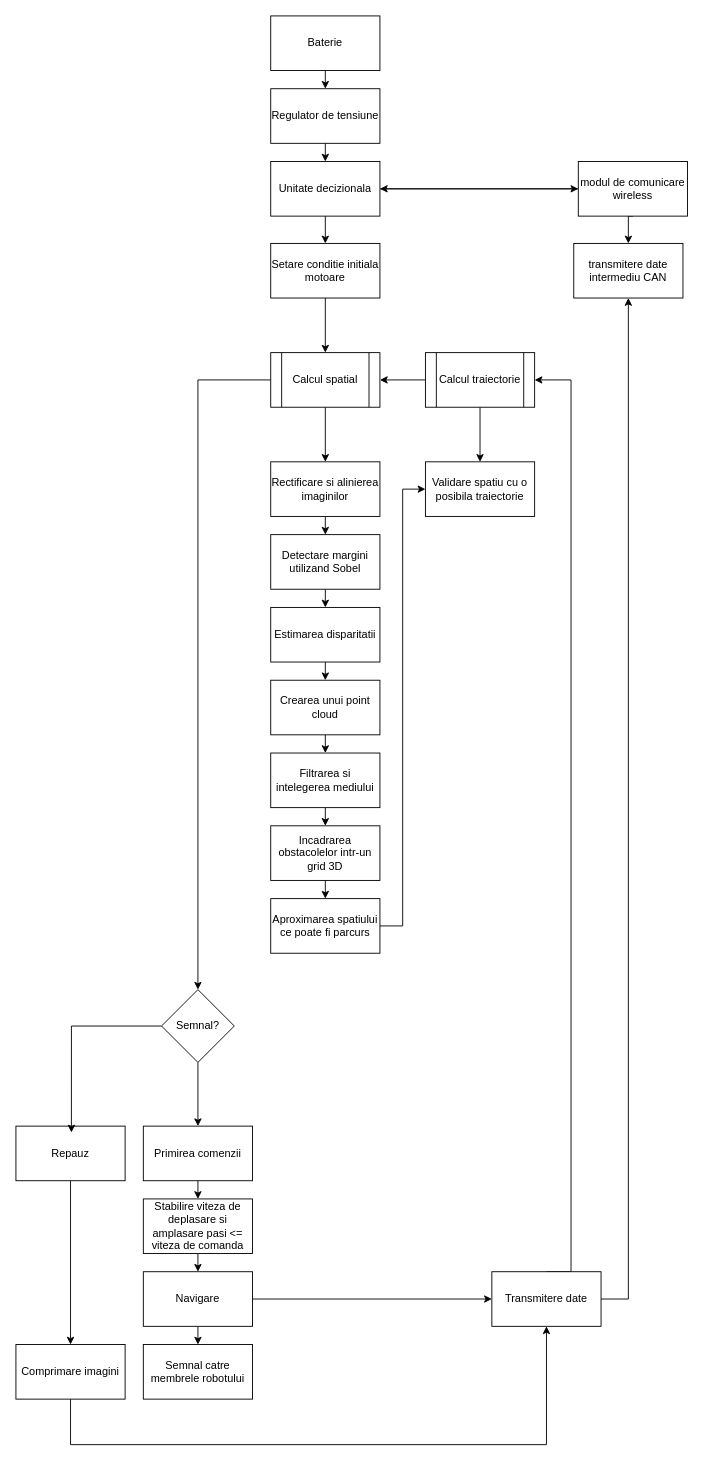
The draw.io diagram schema-concept.drawio in PumpKPie/quadruped-development, before the edit. Source tidied: cells renumbered, new cells numbered last; positions are measured from the earlier drawing's top-left corner, leaving out a move shared by most shapes. Both pictures are drawn from the tidied source at 91%, with x=0, y=0 at pixel (15, 15).
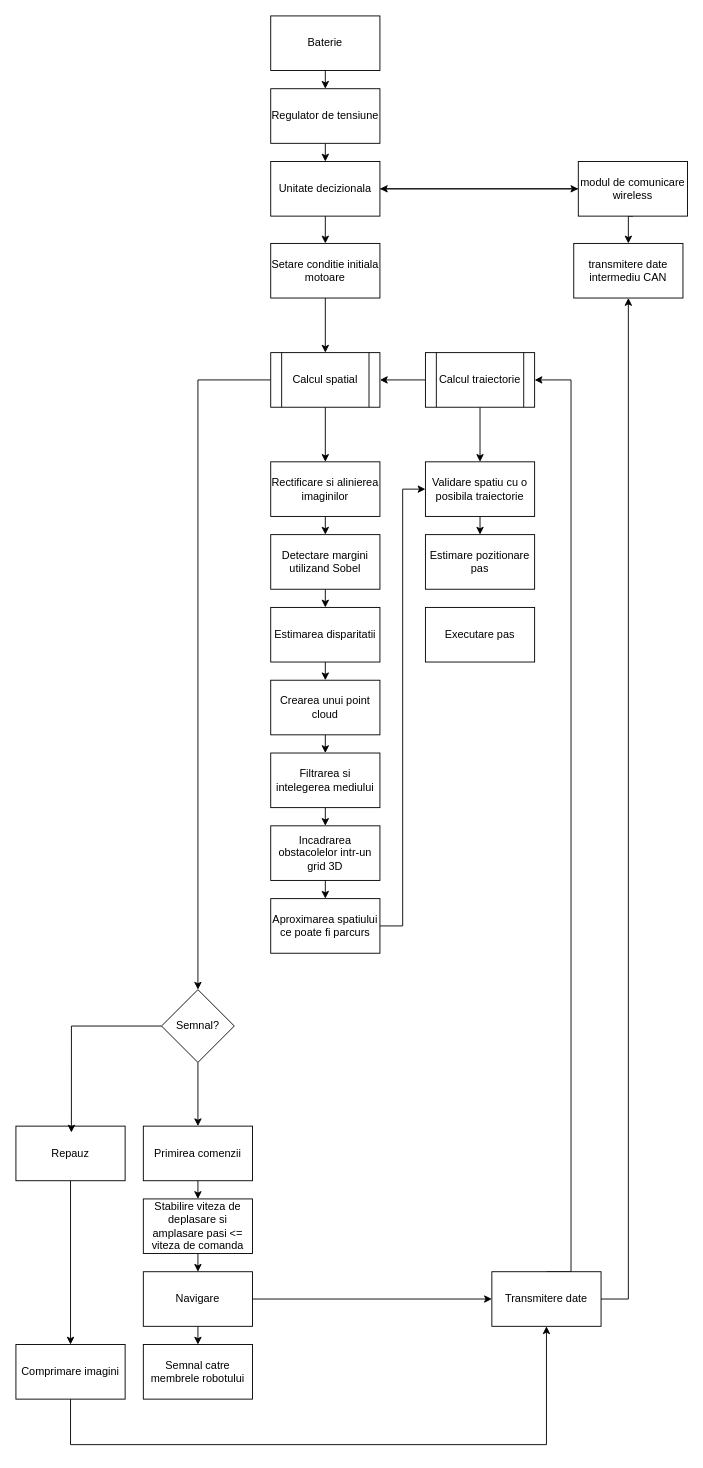
After the change.

The change refers to these unchanged cells:
```xml
<mxCell id="53" value="Validare spatiu cu o posibila traiectorie" style="rounded=0;whiteSpace=wrap;html=1;" parent="1" vertex="1">
  <mxGeometry x="450" y="490" width="120" height="60" as="geometry" />
</mxCell>
```

Diff of the diagram source:
```diff
@@
+    <mxCell id="54" style="edgeStyle=orthogonalEdgeStyle;rounded=0;jettySize=auto;html=1;exitX=0.5;exitY=1;exitDx=0;exitDy=0;entryX=0.5;entryY=0;entryDx=0;entryDy=0;" parent="1" edge="1" source="53" target="55">
+      <mxGeometry relative="1" as="geometry" />
+    </mxCell>
@@
+    <mxCell id="55" value="Estimare pozitionare pas" style="rounded=0;whiteSpace=wrap;html=1;" parent="1" vertex="1">
+      <mxGeometry x="450" y="570" width="120" height="60" as="geometry" />
+    </mxCell>
+    <mxCell id="56" value="Executare pas" style="rounded=0;whiteSpace=wrap;html=1;" parent="1" vertex="1">
+      <mxGeometry x="450" y="650" width="120" height="60" as="geometry" />
+    </mxCell>
```
